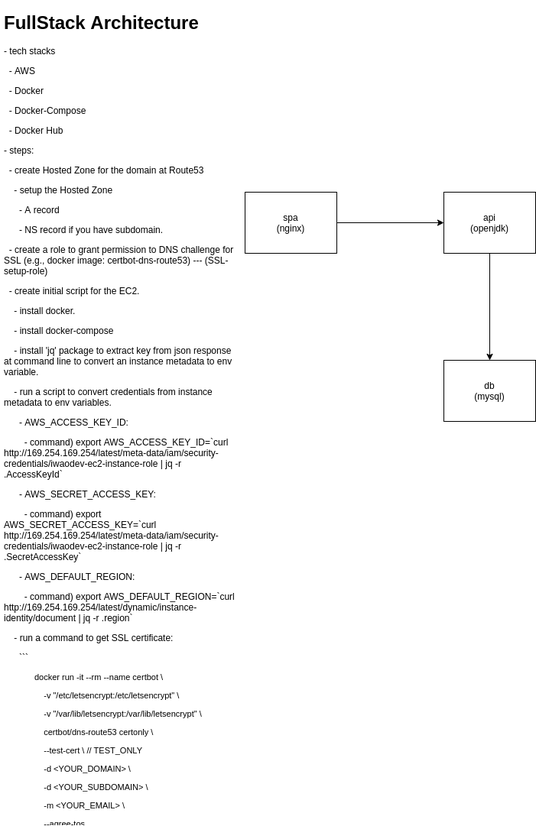
This is fullstack-architecture.png from stsiwo/e-commerce-starter-kits, a draw.io export, as it was before one commit. Source tidied: cells renumbered, new cells last; positions are measured from the earlier drawing's top-left corner, leaving out a move shared by most shapes.
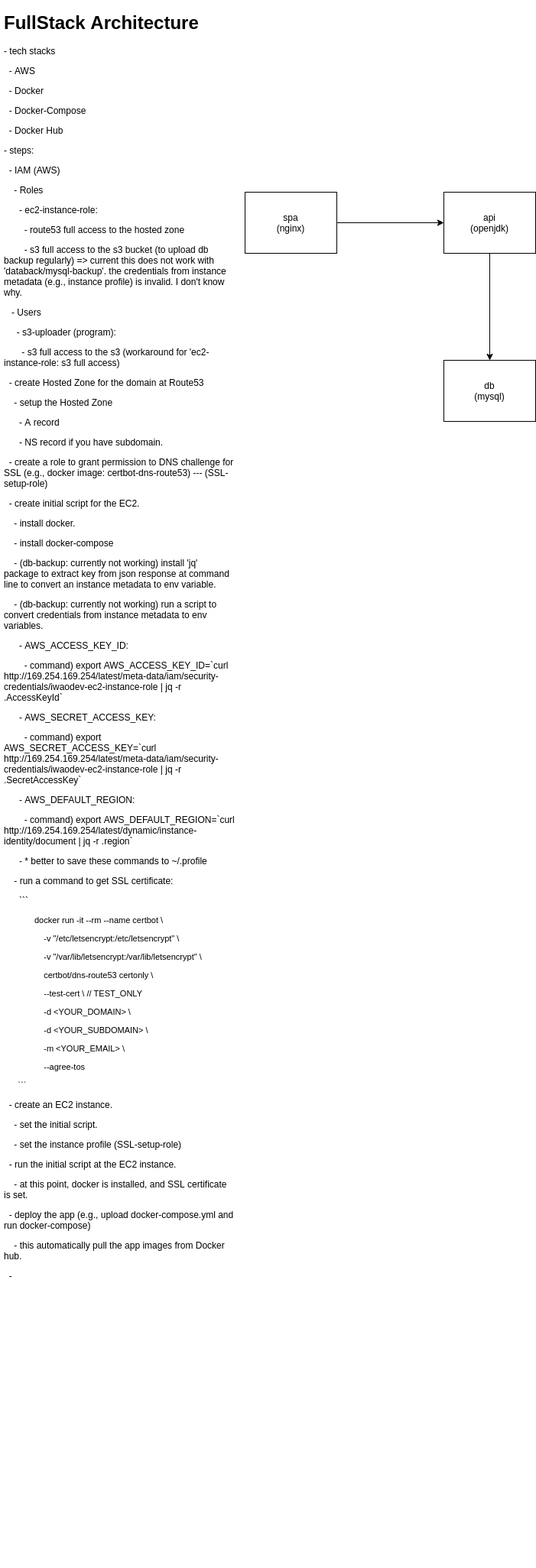
After the commit.

Change to the diagram source:
````diff
@@ -2,8 +2,8 @@
   <root>
     <mxCell id="0" />
     <mxCell id="1" parent="0" />
-    <mxCell id="2" value="&lt;h1&gt;FullStack Architecture&lt;/h1&gt;&lt;p&gt;- tech stacks&lt;/p&gt;&lt;p&gt;&amp;nbsp; - AWS&lt;/p&gt;&lt;p&gt;&amp;nbsp; - Docker&lt;/p&gt;&lt;p&gt;&amp;nbsp; - Docker-Compose&lt;/p&gt;&lt;p&gt;&amp;nbsp; - Docker Hub&lt;/p&gt;&lt;p&gt;- steps:&lt;/p&gt;&lt;p&gt;&amp;nbsp;&amp;nbsp;&lt;span&gt;- create Hosted Zone for the domain at Route53&lt;/span&gt;&lt;/p&gt;&lt;p&gt;&amp;nbsp; &amp;nbsp; - setup the Hosted Zone&lt;/p&gt;&lt;p&gt;&amp;nbsp; &amp;nbsp; &amp;nbsp; - A record&lt;/p&gt;&lt;p&gt;&amp;nbsp; &amp;nbsp; &amp;nbsp; - NS record if you have subdomain.&lt;/p&gt;&amp;nbsp; - create a role to grant permission to DNS challenge for SSL (e.g., docker image: certbot-dns-route53) --- (SSL-setup-role)&lt;br&gt;&lt;p&gt;&amp;nbsp; - create initial script for the EC2.&lt;/p&gt;&lt;p&gt;&amp;nbsp; &amp;nbsp; - install docker.&lt;/p&gt;&lt;p&gt;&amp;nbsp; &amp;nbsp; - install docker-compose&lt;/p&gt;&lt;p&gt;&amp;nbsp; &amp;nbsp; - install 'jq' package to extract key from json response at command line to convert an instance metadata to env variable.&lt;/p&gt;&lt;p&gt;&amp;nbsp; &amp;nbsp; - run a script to convert credentials from instance metadata to env variables.&lt;/p&gt;&lt;p&gt;&amp;nbsp; &amp;nbsp; &amp;nbsp; - AWS_ACCESS_KEY_ID:&amp;nbsp;&lt;/p&gt;&lt;p&gt;&amp;nbsp; &amp;nbsp; &amp;nbsp; &amp;nbsp; - command)&amp;nbsp;export AWS_ACCESS_KEY_ID=`curl http://169.254.169.254/latest/meta-data/iam/security-credentials/iwaodev-ec2-instance-role | jq -r .AccessKeyId`&lt;/p&gt;&lt;p&gt;&amp;nbsp; &amp;nbsp; &amp;nbsp; - AWS_SECRET_ACCESS_KEY:&amp;nbsp;&lt;/p&gt;&lt;p&gt;&amp;nbsp; &amp;nbsp; &amp;nbsp; &amp;nbsp; - command)&amp;nbsp;export AWS_SECRET_ACCESS_KEY=`curl http://169.254.169.254/latest/meta-data/iam/security-credentials/iwaodev-ec2-instance-role | jq -r .SecretAccessKey`&lt;/p&gt;&lt;p&gt;&amp;nbsp; &amp;nbsp; &amp;nbsp; - AWS_DEFAULT_REGION:&lt;/p&gt;&lt;p&gt;&amp;nbsp; &amp;nbsp; &amp;nbsp; &amp;nbsp; - command)&amp;nbsp;export AWS_DEFAULT_REGION=`curl http://169.254.169.254/latest/dynamic/instance-identity/document | jq -r .region`&lt;/p&gt;&lt;p&gt;&amp;nbsp; &amp;nbsp; - run a command to get SSL certificate:&lt;/p&gt;&lt;p&gt;&amp;nbsp; &amp;nbsp; &amp;nbsp; ```&lt;/p&gt;&lt;blockquote style=&quot;margin: 0px 0px 0px 40px ; border: none ; padding: 0px ; font-size: 11px&quot;&gt;&lt;p&gt;&lt;font style=&quot;font-size: 11px&quot;&gt;docker run -it --rm --name certbot \&lt;/font&gt;&lt;/p&gt;&lt;p&gt;&lt;font style=&quot;font-size: 11px&quot;&gt;&amp;nbsp; &amp;nbsp; -v &quot;/etc/letsencrypt:/etc/letsencrypt&quot; \&lt;/font&gt;&lt;/p&gt;&lt;p&gt;&lt;font style=&quot;font-size: 11px&quot;&gt;&amp;nbsp; &amp;nbsp; -v &quot;/var/lib/letsencrypt:/var/lib/letsencrypt&quot; \&lt;/font&gt;&lt;/p&gt;&lt;p&gt;&lt;font style=&quot;font-size: 11px&quot;&gt;&amp;nbsp; &amp;nbsp; certbot/dns-route53 certonly \&lt;/font&gt;&lt;/p&gt;&lt;p&gt;&lt;font style=&quot;font-size: 11px&quot;&gt;&amp;nbsp; &amp;nbsp; --test-cert \ // TEST_ONLY&lt;/font&gt;&lt;/p&gt;&lt;p&gt;&lt;font style=&quot;font-size: 11px&quot;&gt;&amp;nbsp; &amp;nbsp; -d &amp;lt;YOUR_DOMAIN&amp;gt; \&lt;/font&gt;&lt;/p&gt;&lt;p&gt;&lt;font style=&quot;font-size: 11px&quot;&gt;&amp;nbsp; &amp;nbsp; -d &amp;lt;YOUR_SUBDOMAIN&amp;gt; \&lt;/font&gt;&lt;/p&gt;&lt;p&gt;&lt;font style=&quot;font-size: 11px&quot;&gt;&amp;nbsp; &amp;nbsp; -m &amp;lt;YOUR_EMAIL&amp;gt; \&lt;/font&gt;&lt;/p&gt;&lt;p&gt;&lt;font style=&quot;font-size: 11px&quot;&gt;&amp;nbsp; &amp;nbsp; --agree-tos&lt;/font&gt;&lt;/p&gt;&lt;/blockquote&gt;&lt;p style=&quot;font-size: 11px&quot;&gt;&amp;nbsp; &amp;nbsp; &amp;nbsp; ```&lt;/p&gt;&lt;p&gt;&amp;nbsp; - create an EC2 instance.&lt;/p&gt;&lt;p&gt;&amp;nbsp; &amp;nbsp; - set the initial script.&lt;/p&gt;&lt;p&gt;&amp;nbsp; &amp;nbsp; - set the instance profile (SSL-setup-role)&lt;/p&gt;&lt;p&gt;&amp;nbsp; - run the initial script at the EC2 instance.&lt;/p&gt;&lt;p&gt;&amp;nbsp; &amp;nbsp; - at this point, docker is installed, and SSL certificate is set.&lt;/p&gt;&lt;p&gt;&amp;nbsp; - deploy the app (e.g., upload docker-compose.yml and run docker-compose)&lt;/p&gt;&lt;p&gt;&amp;nbsp; &amp;nbsp; - this automatically pull the app images from Docker hub.&amp;nbsp;&lt;/p&gt;&lt;p&gt;&amp;nbsp; -&amp;nbsp;&lt;/p&gt;&lt;p&gt;&lt;br&gt;&lt;/p&gt;&lt;p&gt;&amp;nbsp;&amp;nbsp;&lt;br&gt;&lt;/p&gt;" style="text;html=1;strokeColor=none;fillColor=none;spacing=5;spacingTop=-20;whiteSpace=wrap;overflow=hidden;rounded=0;" parent="1" vertex="1">
-      <mxGeometry width="310" height="1070" as="geometry" />
+    <mxCell id="2" value="&lt;h1&gt;FullStack Architecture&lt;/h1&gt;&lt;p&gt;- tech stacks&lt;/p&gt;&lt;p&gt;&amp;nbsp; - AWS&lt;/p&gt;&lt;p&gt;&amp;nbsp; - Docker&lt;/p&gt;&lt;p&gt;&amp;nbsp; - Docker-Compose&lt;/p&gt;&lt;p&gt;&amp;nbsp; - Docker Hub&lt;/p&gt;&lt;p&gt;- steps:&lt;/p&gt;&lt;p&gt;&amp;nbsp; - IAM (AWS)&lt;/p&gt;&lt;p&gt;&amp;nbsp; &amp;nbsp; - Roles&lt;/p&gt;&lt;p&gt;&amp;nbsp; &amp;nbsp; &amp;nbsp; - ec2-instance-role:&lt;/p&gt;&lt;p&gt;&amp;nbsp; &amp;nbsp; &amp;nbsp; &amp;nbsp; - route53 full access to the hosted zone&lt;/p&gt;&lt;p&gt;&amp;nbsp; &amp;nbsp; &amp;nbsp; &amp;nbsp; - s3 full access to the s3 bucket (to upload db backup regularly) =&amp;gt; current this does not work with 'databack/mysql-backup'. the credentials from instance metadata (e.g., instance profile) is invalid. I don't know why.&amp;nbsp;&lt;/p&gt;&lt;p&gt;&amp;nbsp; &amp;nbsp;- Users&lt;/p&gt;&lt;p&gt;&amp;nbsp; &amp;nbsp; &amp;nbsp;- s3-uploader (program):&lt;/p&gt;&lt;p&gt;&amp;nbsp; &amp;nbsp; &amp;nbsp; &amp;nbsp;- s3 full access to the s3 (workaround for 'ec2-instance-role: s3 full access)&amp;nbsp;&lt;/p&gt;&lt;p&gt;&lt;span&gt;&amp;nbsp; - create Hosted Zone for the domain at Route53&lt;/span&gt;&lt;/p&gt;&lt;p&gt;&amp;nbsp; &amp;nbsp; - setup the Hosted Zone&lt;/p&gt;&lt;p&gt;&amp;nbsp; &amp;nbsp; &amp;nbsp; - A record&lt;/p&gt;&lt;p&gt;&amp;nbsp; &amp;nbsp; &amp;nbsp; - NS record if you have subdomain.&lt;/p&gt;&amp;nbsp; - create a role to grant permission to DNS challenge for SSL (e.g., docker image: certbot-dns-route53) --- (SSL-setup-role)&lt;br&gt;&lt;p&gt;&amp;nbsp; - create initial script for the EC2.&lt;/p&gt;&lt;p&gt;&amp;nbsp; &amp;nbsp; - install docker.&lt;/p&gt;&lt;p&gt;&amp;nbsp; &amp;nbsp; - install docker-compose&lt;/p&gt;&amp;nbsp; &amp;nbsp; - (db-backup: currently not working)&amp;nbsp;&lt;span&gt;install 'jq' package to extract key from json response at command line to convert an instance metadata to env variable.&lt;/span&gt;&lt;br&gt;&lt;p&gt;&amp;nbsp; &amp;nbsp; - (db-backup: currently not working) run a script to convert credentials from instance metadata to env variables.&lt;/p&gt;&lt;p&gt;&amp;nbsp; &amp;nbsp; &amp;nbsp; - AWS_ACCESS_KEY_ID:&amp;nbsp;&lt;/p&gt;&lt;p&gt;&amp;nbsp; &amp;nbsp; &amp;nbsp; &amp;nbsp; - command)&amp;nbsp;export AWS_ACCESS_KEY_ID=`curl http://169.254.169.254/latest/meta-data/iam/security-credentials/iwaodev-ec2-instance-role | jq -r .AccessKeyId`&lt;/p&gt;&lt;p&gt;&amp;nbsp; &amp;nbsp; &amp;nbsp; - AWS_SECRET_ACCESS_KEY:&amp;nbsp;&lt;/p&gt;&lt;p&gt;&amp;nbsp; &amp;nbsp; &amp;nbsp; &amp;nbsp; - command)&amp;nbsp;export AWS_SECRET_ACCESS_KEY=`curl http://169.254.169.254/latest/meta-data/iam/security-credentials/iwaodev-ec2-instance-role | jq -r .SecretAccessKey`&lt;/p&gt;&lt;p&gt;&amp;nbsp; &amp;nbsp; &amp;nbsp; - AWS_DEFAULT_REGION:&lt;/p&gt;&lt;p&gt;&amp;nbsp; &amp;nbsp; &amp;nbsp; &amp;nbsp; - command)&amp;nbsp;export AWS_DEFAULT_REGION=`curl http://169.254.169.254/latest/dynamic/instance-identity/document | jq -r .region`&lt;/p&gt;&lt;p&gt;&amp;nbsp; &amp;nbsp; &amp;nbsp; - * better to save these commands to ~/.profile&lt;/p&gt;&lt;p&gt;&amp;nbsp; &amp;nbsp; - run a command to get SSL certificate:&lt;/p&gt;&lt;p&gt;&amp;nbsp; &amp;nbsp; &amp;nbsp; ```&lt;/p&gt;&lt;blockquote style=&quot;margin: 0px 0px 0px 40px ; border: none ; padding: 0px ; font-size: 11px&quot;&gt;&lt;p&gt;&lt;font style=&quot;font-size: 11px&quot;&gt;docker run -it --rm --name certbot \&lt;/font&gt;&lt;/p&gt;&lt;p&gt;&lt;font style=&quot;font-size: 11px&quot;&gt;&amp;nbsp; &amp;nbsp; -v &quot;/etc/letsencrypt:/etc/letsencrypt&quot; \&lt;/font&gt;&lt;/p&gt;&lt;p&gt;&lt;font style=&quot;font-size: 11px&quot;&gt;&amp;nbsp; &amp;nbsp; -v &quot;/var/lib/letsencrypt:/var/lib/letsencrypt&quot; \&lt;/font&gt;&lt;/p&gt;&lt;p&gt;&lt;font style=&quot;font-size: 11px&quot;&gt;&amp;nbsp; &amp;nbsp; certbot/dns-route53 certonly \&lt;/font&gt;&lt;/p&gt;&lt;p&gt;&lt;font style=&quot;font-size: 11px&quot;&gt;&amp;nbsp; &amp;nbsp; --test-cert \ // TEST_ONLY&lt;/font&gt;&lt;/p&gt;&lt;p&gt;&lt;font style=&quot;font-size: 11px&quot;&gt;&amp;nbsp; &amp;nbsp; -d &amp;lt;YOUR_DOMAIN&amp;gt; \&lt;/font&gt;&lt;/p&gt;&lt;p&gt;&lt;font style=&quot;font-size: 11px&quot;&gt;&amp;nbsp; &amp;nbsp; -d &amp;lt;YOUR_SUBDOMAIN&amp;gt; \&lt;/font&gt;&lt;/p&gt;&lt;p&gt;&lt;font style=&quot;font-size: 11px&quot;&gt;&amp;nbsp; &amp;nbsp; -m &amp;lt;YOUR_EMAIL&amp;gt; \&lt;/font&gt;&lt;/p&gt;&lt;p&gt;&lt;font style=&quot;font-size: 11px&quot;&gt;&amp;nbsp; &amp;nbsp; --agree-tos&lt;/font&gt;&lt;/p&gt;&lt;/blockquote&gt;&lt;p style=&quot;font-size: 11px&quot;&gt;&amp;nbsp; &amp;nbsp; &amp;nbsp; ```&lt;/p&gt;&lt;p&gt;&amp;nbsp; - create an EC2 instance.&lt;/p&gt;&lt;p&gt;&amp;nbsp; &amp;nbsp; - set the initial script.&lt;/p&gt;&lt;p&gt;&amp;nbsp; &amp;nbsp; - set the instance profile (SSL-setup-role)&lt;/p&gt;&lt;p&gt;&amp;nbsp; - run the initial script at the EC2 instance.&lt;/p&gt;&lt;p&gt;&amp;nbsp; &amp;nbsp; - at this point, docker is installed, and SSL certificate is set.&lt;/p&gt;&lt;p&gt;&amp;nbsp; - deploy the app (e.g., upload docker-compose.yml and run docker-compose)&lt;/p&gt;&lt;p&gt;&amp;nbsp; &amp;nbsp; - this automatically pull the app images from Docker hub.&amp;nbsp;&lt;/p&gt;&lt;p&gt;&amp;nbsp; -&amp;nbsp;&lt;/p&gt;&lt;p&gt;&lt;br&gt;&lt;/p&gt;&lt;p&gt;&amp;nbsp;&amp;nbsp;&lt;br&gt;&lt;/p&gt;" style="text;html=1;strokeColor=none;fillColor=none;spacing=5;spacingTop=-20;whiteSpace=wrap;overflow=hidden;rounded=0;" parent="1" vertex="1">
+      <mxGeometry width="310" height="2041" as="geometry" />
     </mxCell>
     <mxCell id="3" style="rounded=0;jettySize=auto;html=1;" parent="1" edge="1" source="4" target="6">
       <mxGeometry relative="1" as="geometry" />
````
